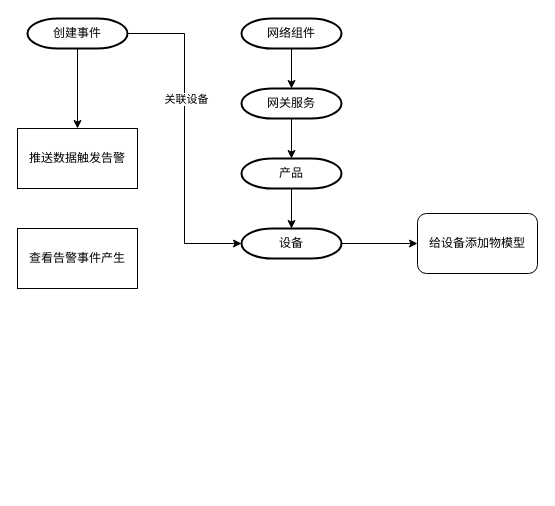
TesterPi/test keeps this draw.io diagram as 未命名绘图.drawio. Above is the earlier version. Source tidied: cells renumbered, new cells numbered last; positions are measured from the earlier drawing's top-left corner, leaving out a move shared by most shapes. Both pictures are drawn from the tidied source at 100%, with x=0, y=0 at pixel (17, 18).
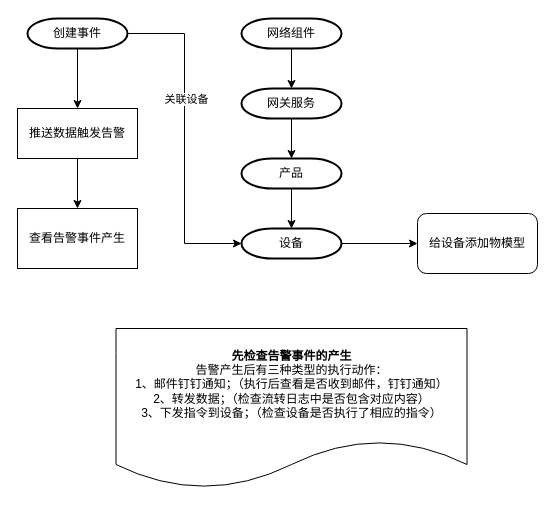
Above is the later version.

Change to the diagram source:
```diff
@@
 <mxGraphModel>
   <root>
     <mxCell id="0" />
     <mxCell id="1" parent="0" />
     <mxCell id="2" style="edgeStyle=orthogonalEdgeStyle;rounded=0;jettySize=auto;html=1;exitX=0.5;exitY=1;exitDx=0;exitDy=0;exitPerimeter=0;entryX=0.5;entryY=0;entryDx=0;entryDy=0;entryPerimeter=0;" parent="1" edge="1" source="3" target="5">
       <mxGeometry relative="1" as="geometry" />
     </mxCell>
     <mxCell id="3" value="网络组件" style="strokeWidth=2;html=1;shape=mxgraph.flowchart.terminator;whiteSpace=wrap;" parent="1" vertex="1">
       <mxGeometry x="224" width="100" height="30" as="geometry" />
     </mxCell>
     <mxCell id="4" style="edgeStyle=orthogonalEdgeStyle;rounded=0;jettySize=auto;html=1;exitX=0.5;exitY=1;exitDx=0;exitDy=0;exitPerimeter=0;entryX=0.5;entryY=0;entryDx=0;entryDy=0;entryPerimeter=0;" parent="1" edge="1" source="5" target="8">
       <mxGeometry relative="1" as="geometry" />
     </mxCell>
     <mxCell id="5" value="网关服务" style="strokeWidth=2;html=1;shape=mxgraph.flowchart.terminator;whiteSpace=wrap;" parent="1" vertex="1">
       <mxGeometry x="224" y="70" width="100" height="30" as="geometry" />
     </mxCell>
     <mxCell id="6" value="设备" style="strokeWidth=2;html=1;shape=mxgraph.flowchart.terminator;whiteSpace=wrap;" parent="1" vertex="1">
       <mxGeometry x="224" y="210" width="100" height="30" as="geometry" />
     </mxCell>
     <mxCell id="7" style="edgeStyle=orthogonalEdgeStyle;rounded=0;jettySize=auto;html=1;exitX=0.5;exitY=1;exitDx=0;exitDy=0;exitPerimeter=0;entryX=0.5;entryY=0;entryDx=0;entryDy=0;entryPerimeter=0;" parent="1" edge="1" source="8" target="6">
       <mxGeometry relative="1" as="geometry" />
     </mxCell>
     <mxCell id="8" value="产品" style="strokeWidth=2;html=1;shape=mxgraph.flowchart.terminator;whiteSpace=wrap;" parent="1" vertex="1">
       <mxGeometry x="224" y="140" width="100" height="30" as="geometry" />
     </mxCell>
     <mxCell id="9" value="给设备添加物模型" style="rounded=1;whiteSpace=wrap;html=1;" parent="1" vertex="1">
       <mxGeometry x="400" y="195" width="120" height="60" as="geometry" />
     </mxCell>
     <mxCell id="10" style="endArrow=classic;html=1;rounded=0;entryX=0;entryY=0.5;entryDx=0;entryDy=0;exitX=1;exitY=0.5;exitDx=0;exitDy=0;exitPerimeter=0;" parent="1" edge="1" source="6" target="9">
       <mxGeometry relative="1" as="geometry" />
     </mxCell>
     <mxCell id="11" style="edgeStyle=orthogonalEdgeStyle;rounded=0;jettySize=auto;html=1;exitX=1;exitY=0.5;exitDx=0;exitDy=0;exitPerimeter=0;entryX=0;entryY=0.5;entryDx=0;entryDy=0;entryPerimeter=0;" parent="1" edge="1" source="14" target="6">
       <mxGeometry relative="1" as="geometry" />
     </mxCell>
     <mxCell id="12" value="关联设备" style="edgeLabel;html=1;align=center;verticalAlign=middle;" parent="11" vertex="1">
       <mxGeometry x="-0.25" y="1" relative="1" as="geometry" />
     </mxCell>
     <mxCell id="13" style="edgeStyle=orthogonalEdgeStyle;rounded=0;jettySize=auto;html=1;exitX=0.5;exitY=1;exitDx=0;exitDy=0;exitPerimeter=0;entryX=0.5;entryY=0;entryDx=0;entryDy=0;" parent="1" edge="1" source="14" target="15">
       <mxGeometry relative="1" as="geometry" />
     </mxCell>
     <mxCell id="14" value="创建事件" style="strokeWidth=2;html=1;shape=mxgraph.flowchart.terminator;whiteSpace=wrap;" parent="1" vertex="1">
       <mxGeometry x="10" width="100" height="30" as="geometry" />
     </mxCell>
+    <mxCell id="17" style="edgeStyle=orthogonalEdgeStyle;rounded=0;jettySize=auto;html=1;exitX=0.5;exitY=1;exitDx=0;exitDy=0;entryX=0.5;entryY=0;entryDx=0;entryDy=0;" parent="1" edge="1" source="15" target="16">
+      <mxGeometry relative="1" as="geometry" />
+    </mxCell>
     <mxCell id="15" value="推送数据触发告警" style="rounded=0;whiteSpace=wrap;html=1;" parent="1" vertex="1">
-      <mxGeometry y="110" width="120" height="60" as="geometry" />
+      <mxGeometry y="90" width="120" height="50" as="geometry" />
     </mxCell>
     <mxCell id="16" value="查看告警事件产生" style="rounded=0;whiteSpace=wrap;html=1;" parent="1" vertex="1">
-      <mxGeometry y="210" width="120" height="60" as="geometry" />
+      <mxGeometry y="190" width="120" height="60" as="geometry" />
     </mxCell>
+    <mxCell id="18" value="&lt;b&gt;先检查告警事件的产生&lt;/b&gt;&lt;br&gt;告警产生后有三种类型的执行动作：&lt;br&gt;1、邮件钉钉通知；（执行后查看是否收到邮件，钉钉通知）&lt;br&gt;2、转发数据；（检查流转日志中是否包含对应内容）&lt;br&gt;3、下发指令到设备；（检查设备是否执行了相应的指令）" style="shape=document;whiteSpace=wrap;html=1;boundedLbl=1;" parent="1" vertex="1">
+      <mxGeometry x="98.5" y="310" width="351" height="160" as="geometry" />
+    </mxCell>
   </root>
 </mxGraphModel>
```
